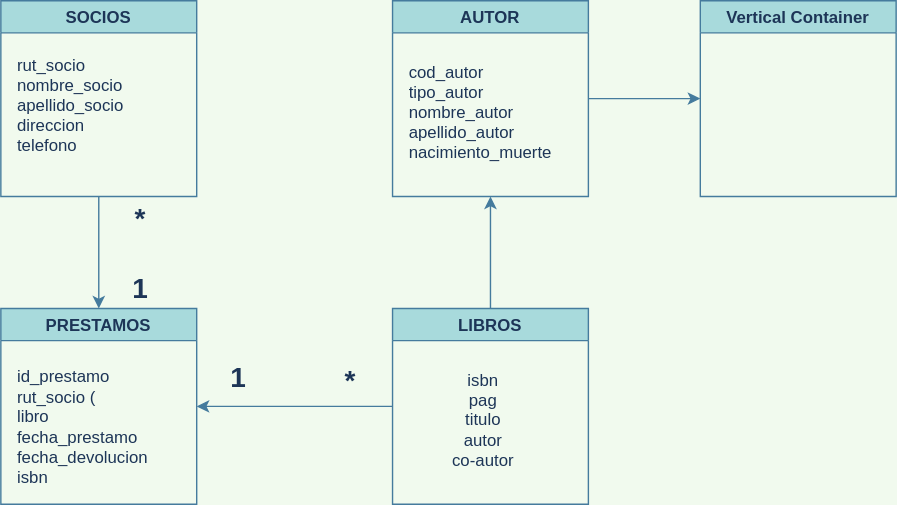
Before: Modelo_Logico_02.svg, a diagram exported from draw.io (latiscool/BD_Bilbioteca_LTG). Source tidied: cells renumbered, new cells last; positions are measured from the earlier drawing's top-left corner, leaving out a move shared by most shapes. Its diagram source:
```xml
<mxGraphModel background="#F1FAEE">
  <root>
    <mxCell id="0" />
    <mxCell id="1" parent="0" />
    <mxCell id="2" style="edgeStyle=orthogonalEdgeStyle;rounded=0;jettySize=auto;html=1;labelBackgroundColor=#F1FAEE;strokeColor=#457B9D;fontColor=#1D3557;" parent="1" edge="1" source="3" target="6">
      <mxGeometry relative="1" as="geometry" />
    </mxCell>
    <mxCell id="3" value="SOCIOS" style="swimlane;fillColor=#A8DADC;strokeColor=#457B9D;fontColor=#1D3557;" parent="1" vertex="1">
      <mxGeometry width="140" height="140" as="geometry" />
    </mxCell>
    <mxCell id="4" value="&lt;blockquote style=&quot;margin: 0 0 0 40px ; border: none ; padding: 0px&quot;&gt;&lt;/blockquote&gt;&lt;span&gt;rut_socio&lt;/span&gt;&lt;br&gt;&lt;blockquote style=&quot;margin: 0 0 0 40px ; border: none ; padding: 0px&quot;&gt;&lt;/blockquote&gt;&lt;span&gt;nombre_socio&lt;/span&gt;&lt;br&gt;&lt;blockquote style=&quot;margin: 0 0 0 40px ; border: none ; padding: 0px&quot;&gt;&lt;/blockquote&gt;&lt;span&gt;apellido_socio&lt;/span&gt;&lt;br&gt;&lt;blockquote style=&quot;margin: 0 0 0 40px ; border: none ; padding: 0px&quot;&gt;&lt;/blockquote&gt;&lt;span&gt;direccion&lt;/span&gt;&lt;br&gt;&lt;span&gt;telefono&lt;/span&gt;" style="text;html=1;strokeColor=none;fillColor=none;align=left;verticalAlign=middle;whiteSpace=wrap;rounded=0;fontColor=#1D3557;" parent="3" vertex="1">
      <mxGeometry x="10" y="20" width="120" height="110" as="geometry" />
    </mxCell>
    <mxCell id="5" style="edgeStyle=orthogonalEdgeStyle;rounded=0;jettySize=auto;html=1;labelBackgroundColor=#F1FAEE;strokeColor=#457B9D;fontColor=#1D3557;endArrow=none;endFill=0;startArrow=classic;startFill=1;" parent="1" edge="1" source="6" target="10">
      <mxGeometry relative="1" as="geometry" />
    </mxCell>
    <mxCell id="6" value="PRESTAMOS" style="swimlane;startSize=23;fillColor=#A8DADC;strokeColor=#457B9D;fontColor=#1D3557;" parent="1" vertex="1">
      <mxGeometry y="220" width="140" height="140" as="geometry" />
    </mxCell>
    <mxCell id="7" value="&lt;font style=&quot;font-size: 20px;&quot;&gt;&lt;b style=&quot;font-size: 20px;&quot;&gt;1&lt;/b&gt;&lt;/font&gt;" style="text;html=1;strokeColor=none;fillColor=none;align=center;verticalAlign=middle;whiteSpace=wrap;rounded=0;fontSize=20;fontColor=#1D3557;" parent="6" vertex="1">
      <mxGeometry x="70" y="-30" width="60" height="30" as="geometry" />
    </mxCell>
    <mxCell id="8" value="&lt;blockquote style=&quot;margin: 0 0 0 40px ; border: none ; padding: 0px&quot;&gt;&lt;/blockquote&gt;id_prestamo&lt;br&gt;rut_socio (&lt;br&gt;libro&lt;br&gt;fecha_prestamo&lt;br&gt;fecha_devolucion&lt;br&gt;isbn" style="text;html=1;strokeColor=none;fillColor=none;align=left;verticalAlign=middle;whiteSpace=wrap;rounded=0;fontColor=#1D3557;" parent="6" vertex="1">
      <mxGeometry x="10" y="30" width="120" height="110" as="geometry" />
    </mxCell>
    <mxCell id="9" style="edgeStyle=orthogonalEdgeStyle;rounded=0;jettySize=auto;html=1;labelBackgroundColor=#F1FAEE;strokeColor=#457B9D;fontColor=#1D3557;" parent="1" edge="1" source="10" target="13">
      <mxGeometry relative="1" as="geometry" />
    </mxCell>
    <mxCell id="10" value="LIBROS" style="swimlane;startSize=23;fillColor=#A8DADC;strokeColor=#457B9D;fontColor=#1D3557;" parent="1" vertex="1">
      <mxGeometry x="280" y="220" width="140" height="140" as="geometry" />
    </mxCell>
    <mxCell id="11" value="isbn&lt;br&gt;pag&lt;br&gt;titulo&lt;br&gt;autor&lt;br&gt;co-autor" style="text;html=1;strokeColor=none;fillColor=none;align=center;verticalAlign=middle;whiteSpace=wrap;rounded=0;sketch=0;fontColor=#1D3557;" parent="10" vertex="1">
      <mxGeometry x="10" y="30" width="110" height="100" as="geometry" />
    </mxCell>
    <mxCell id="12" style="edgeStyle=orthogonalEdgeStyle;rounded=0;jettySize=auto;html=1;labelBackgroundColor=#F1FAEE;strokeColor=#457B9D;fontColor=#1D3557;" parent="1" edge="1" source="13" target="15">
      <mxGeometry relative="1" as="geometry" />
    </mxCell>
    <mxCell id="13" value="AUTOR" style="swimlane;fillColor=#A8DADC;strokeColor=#457B9D;fontColor=#1D3557;" parent="1" vertex="1">
      <mxGeometry x="280" width="140" height="140" as="geometry" />
    </mxCell>
    <mxCell id="14" value="cod_autor&lt;br&gt;tipo_autor&lt;br&gt;nombre_autor&lt;br&gt;apellido_autor&lt;br&gt;nacimiento_muerte" style="text;html=1;strokeColor=none;fillColor=none;align=left;verticalAlign=middle;whiteSpace=wrap;rounded=0;sketch=0;fontColor=#1D3557;" parent="13" vertex="1">
      <mxGeometry x="10" y="30" width="120" height="100" as="geometry" />
    </mxCell>
    <mxCell id="15" value="Vertical Container" style="swimlane;fillColor=#A8DADC;strokeColor=#457B9D;fontColor=#1D3557;" parent="1" vertex="1">
      <mxGeometry x="500" width="140" height="140" as="geometry" />
    </mxCell>
    <mxCell id="16" value="&lt;font style=&quot;font-size: 20px;&quot;&gt;&lt;b style=&quot;font-size: 20px;&quot;&gt;*&lt;/b&gt;&lt;/font&gt;" style="text;html=1;strokeColor=none;fillColor=none;align=center;verticalAlign=middle;whiteSpace=wrap;rounded=0;fontSize=20;fontColor=#1D3557;" parent="1" vertex="1">
      <mxGeometry x="70" y="140" width="60" height="30" as="geometry" />
    </mxCell>
    <mxCell id="17" value="&lt;font style=&quot;font-size: 20px;&quot;&gt;&lt;b style=&quot;font-size: 20px;&quot;&gt;1&lt;/b&gt;&lt;/font&gt;" style="text;html=1;strokeColor=none;fillColor=none;align=center;verticalAlign=middle;whiteSpace=wrap;rounded=0;fontSize=20;fontColor=#1D3557;" parent="1" vertex="1">
      <mxGeometry x="140" y="254" width="60" height="30" as="geometry" />
    </mxCell>
    <mxCell id="18" value="&lt;font style=&quot;font-size: 20px&quot;&gt;&lt;b style=&quot;font-size: 20px&quot;&gt;*&lt;/b&gt;&lt;/font&gt;" style="text;html=1;strokeColor=none;fillColor=none;align=center;verticalAlign=middle;whiteSpace=wrap;rounded=0;fontSize=20;fontColor=#1D3557;" parent="1" vertex="1">
      <mxGeometry x="220" y="256" width="60" height="30" as="geometry" />
    </mxCell>
  </root>
</mxGraphModel>
```
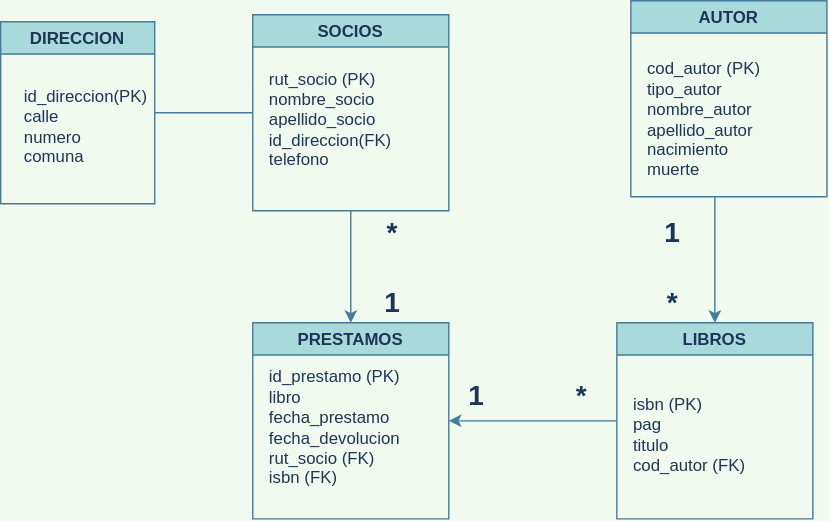
Later version of the same file.

Change to the diagram source:
```diff
@@ -6,52 +6,63 @@
       <mxGeometry relative="1" as="geometry" />
     </mxCell>
     <mxCell id="3" value="SOCIOS" style="swimlane;fillColor=#A8DADC;strokeColor=#457B9D;fontColor=#1D3557;" parent="1" vertex="1">
-      <mxGeometry width="140" height="140" as="geometry" />
+      <mxGeometry x="110" y="10" width="140" height="140" as="geometry" />
     </mxCell>
-    <mxCell id="4" value="&lt;blockquote style=&quot;margin: 0 0 0 40px ; border: none ; padding: 0px&quot;&gt;&lt;/blockquote&gt;&lt;span&gt;rut_socio&lt;/span&gt;&lt;br&gt;&lt;blockquote style=&quot;margin: 0 0 0 40px ; border: none ; padding: 0px&quot;&gt;&lt;/blockquote&gt;&lt;span&gt;nombre_socio&lt;/span&gt;&lt;br&gt;&lt;blockquote style=&quot;margin: 0 0 0 40px ; border: none ; padding: 0px&quot;&gt;&lt;/blockquote&gt;&lt;span&gt;apellido_socio&lt;/span&gt;&lt;br&gt;&lt;blockquote style=&quot;margin: 0 0 0 40px ; border: none ; padding: 0px&quot;&gt;&lt;/blockquote&gt;&lt;span&gt;direccion&lt;/span&gt;&lt;br&gt;&lt;span&gt;telefono&lt;/span&gt;" style="text;html=1;strokeColor=none;fillColor=none;align=left;verticalAlign=middle;whiteSpace=wrap;rounded=0;fontColor=#1D3557;" parent="3" vertex="1">
+    <mxCell id="4" value="&lt;blockquote style=&quot;margin: 0 0 0 40px ; border: none ; padding: 0px&quot;&gt;&lt;/blockquote&gt;&lt;span&gt;rut_socio (PK)&lt;/span&gt;&lt;br&gt;&lt;blockquote style=&quot;margin: 0 0 0 40px ; border: none ; padding: 0px&quot;&gt;&lt;/blockquote&gt;&lt;span&gt;nombre_socio&lt;/span&gt;&lt;br&gt;&lt;blockquote style=&quot;margin: 0 0 0 40px ; border: none ; padding: 0px&quot;&gt;&lt;/blockquote&gt;&lt;span&gt;apellido_socio&lt;/span&gt;&lt;br&gt;&lt;blockquote style=&quot;margin: 0 0 0 40px ; border: none ; padding: 0px&quot;&gt;&lt;/blockquote&gt;&lt;span&gt;id_direccion(FK)&lt;/span&gt;&lt;br&gt;&lt;span&gt;telefono&lt;/span&gt;" style="text;html=1;strokeColor=none;fillColor=none;align=left;verticalAlign=middle;whiteSpace=wrap;rounded=0;fontColor=#1D3557;" parent="3" vertex="1">
       <mxGeometry x="10" y="20" width="120" height="110" as="geometry" />
     </mxCell>
     <mxCell id="5" style="edgeStyle=orthogonalEdgeStyle;rounded=0;jettySize=auto;html=1;labelBackgroundColor=#F1FAEE;strokeColor=#457B9D;fontColor=#1D3557;endArrow=none;endFill=0;startArrow=classic;startFill=1;" parent="1" edge="1" source="6" target="10">
       <mxGeometry relative="1" as="geometry" />
     </mxCell>
     <mxCell id="6" value="PRESTAMOS" style="swimlane;startSize=23;fillColor=#A8DADC;strokeColor=#457B9D;fontColor=#1D3557;" parent="1" vertex="1">
-      <mxGeometry y="220" width="140" height="140" as="geometry" />
+      <mxGeometry x="110" y="230" width="140" height="140" as="geometry" />
     </mxCell>
     <mxCell id="7" value="&lt;font style=&quot;font-size: 20px;&quot;&gt;&lt;b style=&quot;font-size: 20px;&quot;&gt;1&lt;/b&gt;&lt;/font&gt;" style="text;html=1;strokeColor=none;fillColor=none;align=center;verticalAlign=middle;whiteSpace=wrap;rounded=0;fontSize=20;fontColor=#1D3557;" parent="6" vertex="1">
       <mxGeometry x="70" y="-30" width="60" height="30" as="geometry" />
     </mxCell>
-    <mxCell id="8" value="&lt;blockquote style=&quot;margin: 0 0 0 40px ; border: none ; padding: 0px&quot;&gt;&lt;/blockquote&gt;id_prestamo&lt;br&gt;rut_socio (&lt;br&gt;libro&lt;br&gt;fecha_prestamo&lt;br&gt;fecha_devolucion&lt;br&gt;isbn" style="text;html=1;strokeColor=none;fillColor=none;align=left;verticalAlign=middle;whiteSpace=wrap;rounded=0;fontColor=#1D3557;" parent="6" vertex="1">
-      <mxGeometry x="10" y="30" width="120" height="110" as="geometry" />
+    <mxCell id="8" value="&lt;blockquote style=&quot;margin: 0 0 0 40px ; border: none ; padding: 0px&quot;&gt;&lt;/blockquote&gt;id_prestamo (PK)&lt;br&gt;libro&lt;br&gt;fecha_prestamo&lt;br&gt;fecha_devolucion&lt;br&gt;rut_socio (FK)&lt;br&gt;isbn (FK)" style="text;html=1;strokeColor=none;fillColor=none;align=left;verticalAlign=middle;whiteSpace=wrap;rounded=0;fontColor=#1D3557;" parent="6" vertex="1">
+      <mxGeometry x="10" y="20" width="130" height="110" as="geometry" />
     </mxCell>
-    <mxCell id="9" style="edgeStyle=orthogonalEdgeStyle;rounded=0;jettySize=auto;html=1;labelBackgroundColor=#F1FAEE;strokeColor=#457B9D;fontColor=#1D3557;" parent="1" edge="1" source="10" target="13">
-      <mxGeometry relative="1" as="geometry" />
+    <mxCell id="9" style="edgeStyle=orthogonalEdgeStyle;rounded=0;jettySize=auto;html=1;labelBackgroundColor=#F1FAEE;strokeColor=#457B9D;fontColor=#1D3557;exitX=0.5;exitY=1;exitDx=0;exitDy=0;entryX=0.5;entryY=0;entryDx=0;entryDy=0;" parent="1" edge="1" target="10">
+      <mxGeometry relative="1" as="geometry">
+        <mxPoint x="440" y="140" as="sourcePoint" />
+      </mxGeometry>
     </mxCell>
     <mxCell id="10" value="LIBROS" style="swimlane;startSize=23;fillColor=#A8DADC;strokeColor=#457B9D;fontColor=#1D3557;" parent="1" vertex="1">
-      <mxGeometry x="280" y="220" width="140" height="140" as="geometry" />
+      <mxGeometry x="370" y="230" width="140" height="140" as="geometry" />
     </mxCell>
-    <mxCell id="11" value="isbn&lt;br&gt;pag&lt;br&gt;titulo&lt;br&gt;autor&lt;br&gt;co-autor" style="text;html=1;strokeColor=none;fillColor=none;align=center;verticalAlign=middle;whiteSpace=wrap;rounded=0;sketch=0;fontColor=#1D3557;" parent="10" vertex="1">
+    <mxCell id="11" value="&lt;div&gt;&lt;span&gt;isbn (PK)&lt;/span&gt;&lt;/div&gt;&lt;div&gt;&lt;span&gt;pag&lt;/span&gt;&lt;/div&gt;&lt;div&gt;&lt;span&gt;titulo&lt;/span&gt;&lt;/div&gt;&lt;div&gt;&lt;span&gt;cod_autor (FK)&lt;/span&gt;&lt;/div&gt;" style="text;html=1;strokeColor=none;fillColor=none;align=left;verticalAlign=middle;whiteSpace=wrap;rounded=0;sketch=0;fontColor=#1D3557;" parent="10" vertex="1">
       <mxGeometry x="10" y="30" width="110" height="100" as="geometry" />
     </mxCell>
-    <mxCell id="12" style="edgeStyle=orthogonalEdgeStyle;rounded=0;jettySize=auto;html=1;labelBackgroundColor=#F1FAEE;strokeColor=#457B9D;fontColor=#1D3557;" parent="1" edge="1" source="13" target="15">
-      <mxGeometry relative="1" as="geometry" />
-    </mxCell>
     <mxCell id="13" value="AUTOR" style="swimlane;fillColor=#A8DADC;strokeColor=#457B9D;fontColor=#1D3557;" parent="1" vertex="1">
-      <mxGeometry x="280" width="140" height="140" as="geometry" />
+      <mxGeometry x="380" width="140" height="140" as="geometry" />
     </mxCell>
-    <mxCell id="14" value="cod_autor&lt;br&gt;tipo_autor&lt;br&gt;nombre_autor&lt;br&gt;apellido_autor&lt;br&gt;nacimiento_muerte" style="text;html=1;strokeColor=none;fillColor=none;align=left;verticalAlign=middle;whiteSpace=wrap;rounded=0;sketch=0;fontColor=#1D3557;" parent="13" vertex="1">
-      <mxGeometry x="10" y="30" width="120" height="100" as="geometry" />
+    <mxCell id="14" value="cod_autor (PK)&lt;br&gt;tipo_autor&lt;br&gt;nombre_autor&lt;br&gt;apellido_autor&lt;br&gt;nacimiento&lt;br&gt;muerte" style="text;html=1;strokeColor=none;fillColor=none;align=left;verticalAlign=middle;whiteSpace=wrap;rounded=0;sketch=0;fontColor=#1D3557;" parent="13" vertex="1">
+      <mxGeometry x="10" y="30" width="120" height="110" as="geometry" />
     </mxCell>
-    <mxCell id="15" value="Vertical Container" style="swimlane;fillColor=#A8DADC;strokeColor=#457B9D;fontColor=#1D3557;" parent="1" vertex="1">
-      <mxGeometry x="500" width="140" height="140" as="geometry" />
-    </mxCell>
     <mxCell id="16" value="&lt;font style=&quot;font-size: 20px;&quot;&gt;&lt;b style=&quot;font-size: 20px;&quot;&gt;*&lt;/b&gt;&lt;/font&gt;" style="text;html=1;strokeColor=none;fillColor=none;align=center;verticalAlign=middle;whiteSpace=wrap;rounded=0;fontSize=20;fontColor=#1D3557;" parent="1" vertex="1">
-      <mxGeometry x="70" y="140" width="60" height="30" as="geometry" />
+      <mxGeometry x="180" y="150" width="60" height="30" as="geometry" />
     </mxCell>
     <mxCell id="17" value="&lt;font style=&quot;font-size: 20px;&quot;&gt;&lt;b style=&quot;font-size: 20px;&quot;&gt;1&lt;/b&gt;&lt;/font&gt;" style="text;html=1;strokeColor=none;fillColor=none;align=center;verticalAlign=middle;whiteSpace=wrap;rounded=0;fontSize=20;fontColor=#1D3557;" parent="1" vertex="1">
-      <mxGeometry x="140" y="254" width="60" height="30" as="geometry" />
+      <mxGeometry x="240" y="266" width="60" height="30" as="geometry" />
     </mxCell>
     <mxCell id="18" value="&lt;font style=&quot;font-size: 20px&quot;&gt;&lt;b style=&quot;font-size: 20px&quot;&gt;*&lt;/b&gt;&lt;/font&gt;" style="text;html=1;strokeColor=none;fillColor=none;align=center;verticalAlign=middle;whiteSpace=wrap;rounded=0;fontSize=20;fontColor=#1D3557;" parent="1" vertex="1">
-      <mxGeometry x="220" y="256" width="60" height="30" as="geometry" />
+      <mxGeometry x="320" y="266" width="50" height="30" as="geometry" />
     </mxCell>
+    <mxCell id="19" value="&lt;font style=&quot;font-size: 20px;&quot;&gt;&lt;b style=&quot;font-size: 20px;&quot;&gt;1&lt;/b&gt;&lt;/font&gt;" style="text;html=1;strokeColor=none;fillColor=none;align=center;verticalAlign=middle;whiteSpace=wrap;rounded=0;fontSize=20;fontColor=#1D3557;" parent="1" vertex="1">
+      <mxGeometry x="380" y="150" width="60" height="30" as="geometry" />
+    </mxCell>
+    <mxCell id="20" value="&lt;font style=&quot;font-size: 20px&quot;&gt;&lt;b style=&quot;font-size: 20px&quot;&gt;*&lt;/b&gt;&lt;/font&gt;" style="text;html=1;strokeColor=none;fillColor=none;align=center;verticalAlign=middle;whiteSpace=wrap;rounded=0;fontSize=20;fontColor=#1D3557;" parent="1" vertex="1">
+      <mxGeometry x="380" y="200" width="60" height="30" as="geometry" />
+    </mxCell>
+    <mxCell id="21" value="DIRECCION" style="swimlane;rounded=0;sketch=0;fontColor=#1D3557;strokeColor=#457B9D;fillColor=#A8DADC;" parent="1" vertex="1">
+      <mxGeometry x="-70" y="15" width="110" height="130" as="geometry" />
+    </mxCell>
+    <mxCell id="22" value="&lt;blockquote style=&quot;margin: 0 0 0 40px ; border: none ; padding: 0px&quot;&gt;&lt;/blockquote&gt;id_direccion(PK)&lt;br&gt;calle&lt;br&gt;numero&lt;br&gt;comuna" style="text;html=1;strokeColor=none;fillColor=none;align=left;verticalAlign=middle;whiteSpace=wrap;rounded=0;fontColor=#1D3557;" parent="21" vertex="1">
+      <mxGeometry x="15" y="30" width="85" height="90" as="geometry" />
+    </mxCell>
+    <mxCell id="23" style="endArrow=none;html=1;rounded=1;sketch=0;fontColor=#1D3557;strokeColor=#457B9D;fillColor=#A8DADC;curved=0;exitX=0;exitY=0.5;exitDx=0;exitDy=0;entryX=1;entryY=0.5;entryDx=0;entryDy=0;" parent="1" edge="1" source="3" target="21">
+      <mxGeometry relative="1" as="geometry" />
+    </mxCell>
   </root>
 </mxGraphModel>
```
